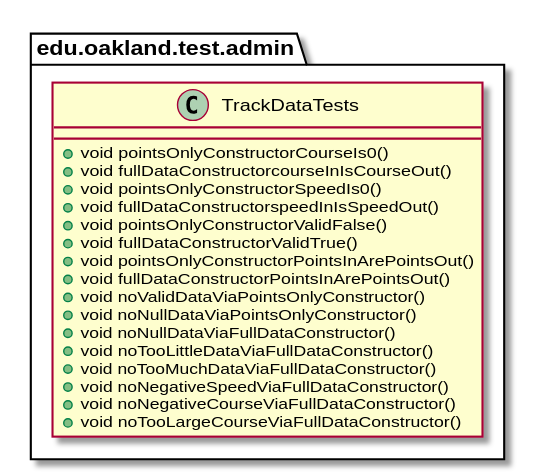
casher-ou/csi-3370-software-project keeps this PlantUML diagram as docs/uml-class-diagrams/admin/test/TrackDataTests/TrackDataTests.svg. Above is the earlier version.
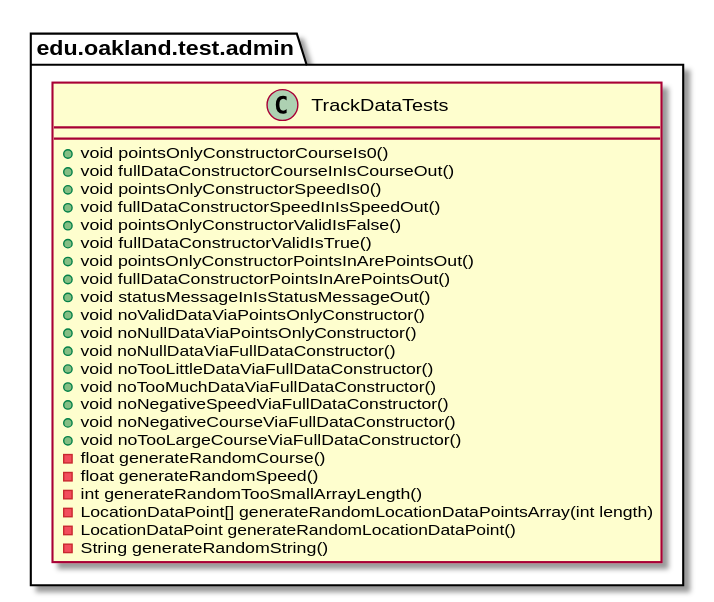
After the commit.

Change to the diagram source:
```diff
@@ -3,13 +3,14 @@
 package edu.oakland.test.admin {
     class TrackDataTests {
         + void pointsOnlyConstructorCourseIs0()
-        + void fullDataConstructorcourseInIsCourseOut()
+        + void fullDataConstructorCourseInIsCourseOut()
         + void pointsOnlyConstructorSpeedIs0()
-        + void fullDataConstructorspeedInIsSpeedOut()
-        + void pointsOnlyConstructorValidFalse()
-        + void fullDataConstructorValidTrue()
+        + void fullDataConstructorSpeedInIsSpeedOut()
+        + void pointsOnlyConstructorValidIsFalse()
+        + void fullDataConstructorValidIsTrue()
         + void pointsOnlyConstructorPointsInArePointsOut()
         + void fullDataConstructorPointsInArePointsOut()
+        + void statusMessageInIsStatusMessageOut()
         + void noValidDataViaPointsOnlyConstructor()
         + void noNullDataViaPointsOnlyConstructor()
         + void noNullDataViaFullDataConstructor()
@@ -18,6 +19,12 @@
         + void noNegativeSpeedViaFullDataConstructor()
         + void noNegativeCourseViaFullDataConstructor()
         + void noTooLargeCourseViaFullDataConstructor()
+        - float generateRandomCourse()
+        - float generateRandomSpeed()
+        - int generateRandomTooSmallArrayLength()
+        - LocationDataPoint[] generateRandomLocationDataPointsArray(int length)
+        - LocationDataPoint generateRandomLocationDataPoint()
+        - String generateRandomString()
     }
 }
 
```
